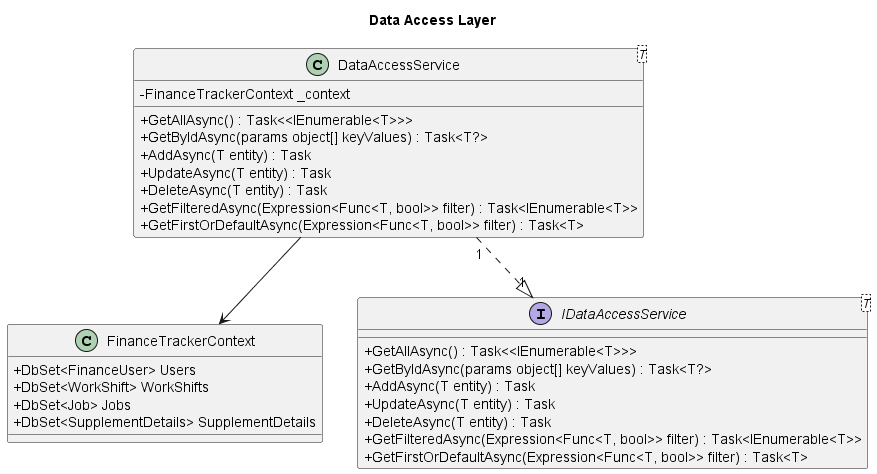
Earlier version of the PlantUML export diagrams/out/backend/DataAccessLayer/DataAccessLayer.png (a-chiha/FinanceTrackerBackend).
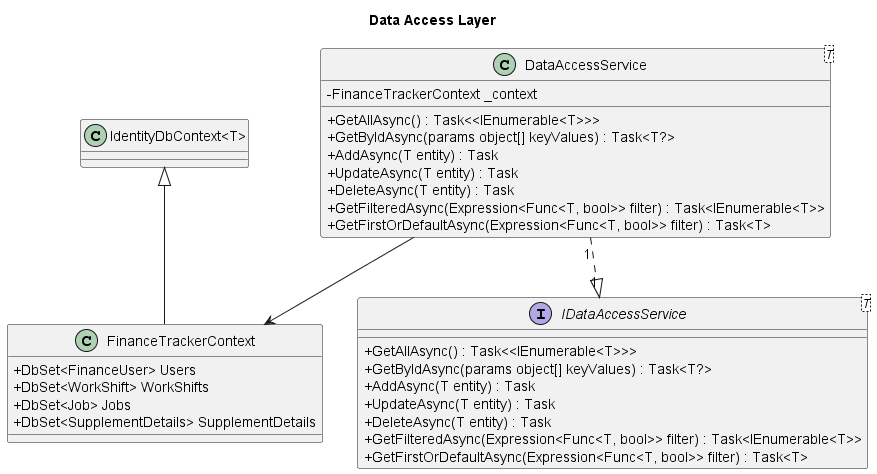
Later version of the same file.

Diff of the diagram source:
```diff
@@ -31,6 +31,11 @@
 }
 
 
+
+
+"IdentityDbContext<T>" <|-- FinanceTrackerContext
+
+
 DataAccessService --> FinanceTrackerContext
 DataAccessService "1" ..|> "1" IDataAccessService
 
```
